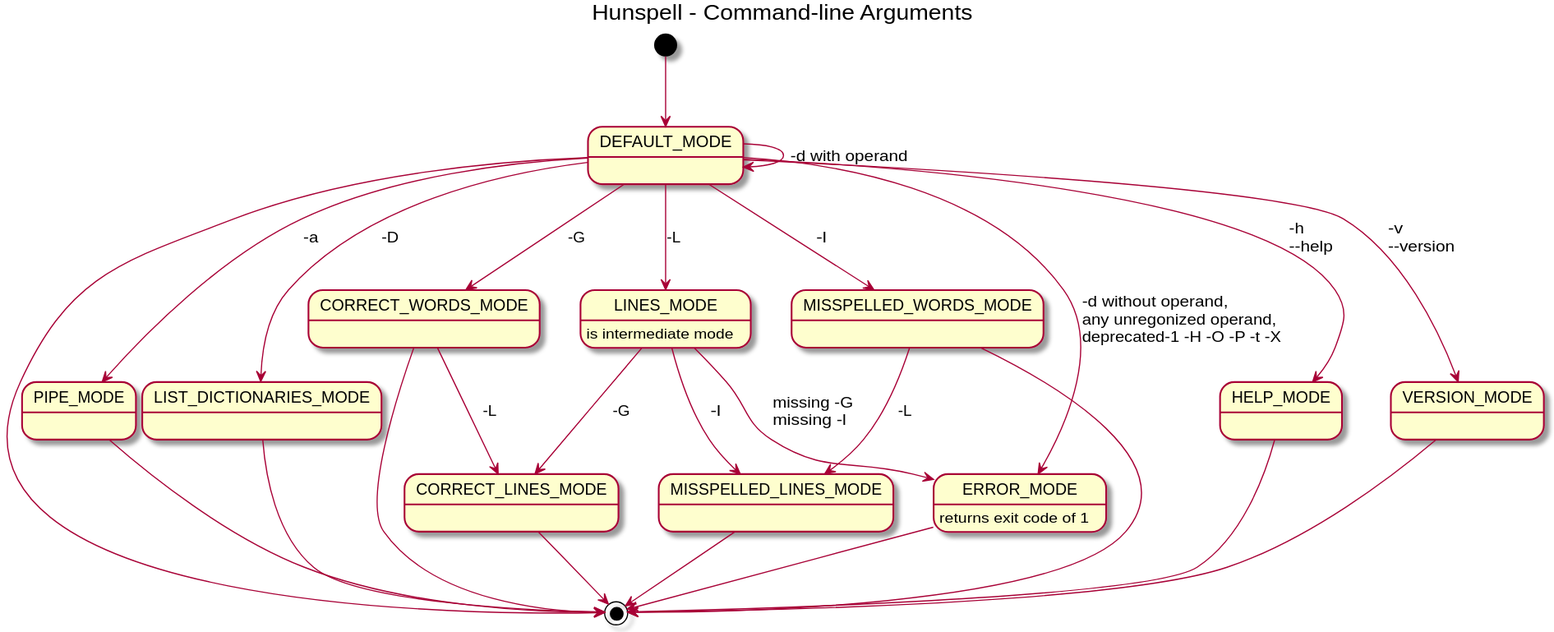
The PlantUML diagram uml/state-diagrams/command-line-arguments-state-diagram.svg in nuspell/misc-nuspell, before a commit. Its source is kept beside it as uml/plantuml/command-line-arguments-state-diagram.pu.
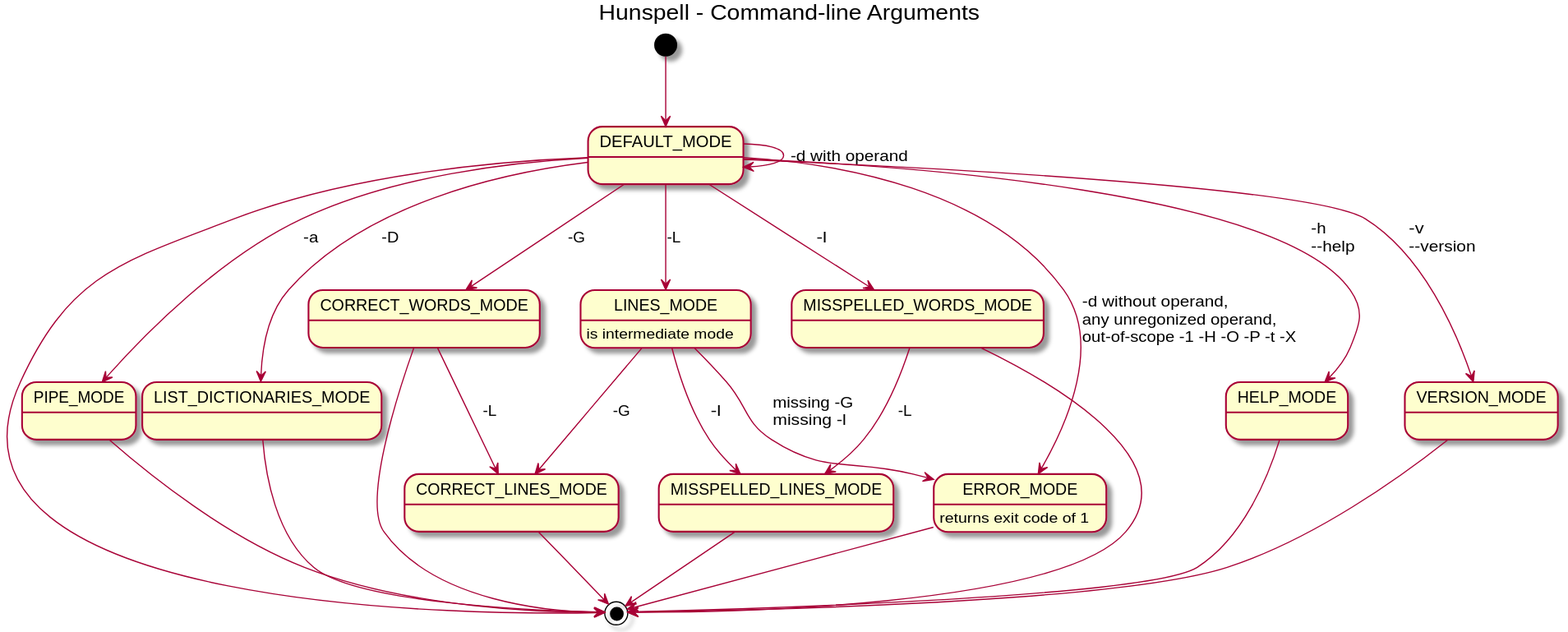
The same diagram one commit later.

Commit message:
refactored wording

Change to the diagram source:
```diff
@@ -35,7 +35,7 @@
 DEFAULT_MODE --> VERSION_MODE : -v\l--version
 VERSION_MODE --> [*]
 
-DEFAULT_MODE --> ERROR_MODE : -d without operand,\lany unregonized operand,\ldeprecated-1 -H -O -P -t -X
+DEFAULT_MODE --> ERROR_MODE : -d without operand,\lany unregonized operand,\lout-of-scope -1 -H -O -P -t -X
 ERROR_MODE --> [*]
 ERROR_MODE : returns exit code of 1
 
```
